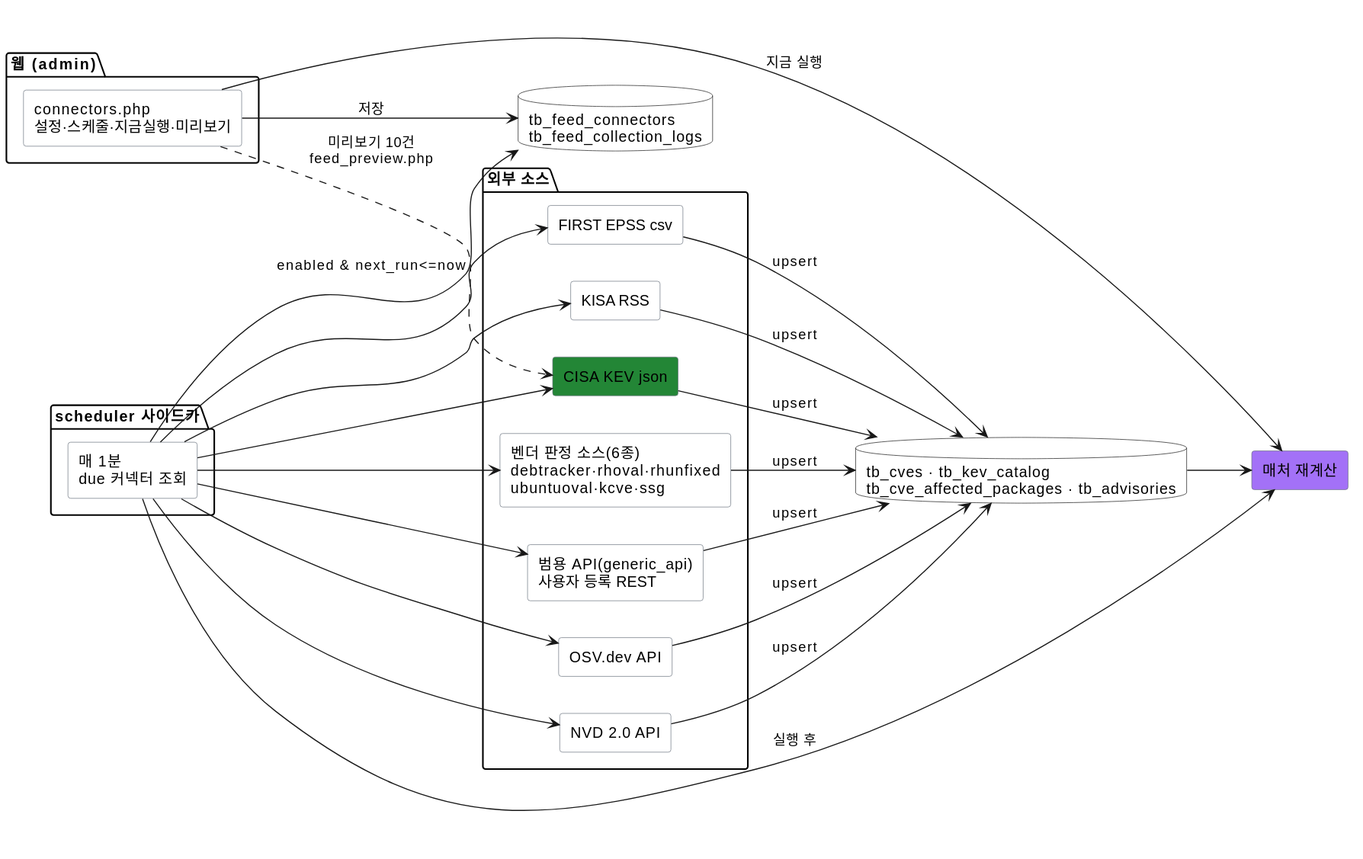
The PlantUML diagram docs/specs/diagrams/피드커넥터.svg in JeongDoWook/vuln-agent, before a commit. Its diagram source:
```plantuml
@startuml

left to right direction
skinparam rectangle {
    BackgroundColor #ffffff
    BorderColor #6e7681
}
skinparam databaseBackgroundColor #ffffff
skinparam shadowing false

package "웹 (admin)" as UI {
    rectangle "connectors.php\n설정·스케줄·지금실행·미리보기" as CFG
}

package "scheduler 사이드카" as Sched {
    rectangle "매 1분\ndue 커넥터 조회" as TICK
}

package "외부 소스" as Sources {
    rectangle "CISA KEV json" as KEV #238636
    rectangle "OSV.dev API" as OSV
    rectangle "NVD 2.0 API" as NVD
    rectangle "FIRST EPSS csv" as EPSS
    rectangle "KISA RSS" as KISA
    rectangle "벤더 판정 소스(6종)\ndebtracker·rhoval·rhunfixed\nubuntuoval·kcve·ssg" as VENDOR
    rectangle "범용 API(generic_api)\n사용자 등록 REST" as GAPI
}

database "tb_feed_connectors\ntb_feed_collection_logs" as DBc
database "tb_cves · tb_kev_catalog\ntb_cve_affected_packages · tb_advisories" as CVE
rectangle "매처 재계산" as MAT #a371f7

CFG --> DBc : 저장
TICK --> DBc : enabled & next_run<=now

TICK --> KEV
TICK --> OSV
TICK --> NVD
TICK --> EPSS
TICK --> KISA
TICK --> VENDOR
TICK --> GAPI

KEV --> CVE : upsert
OSV --> CVE : upsert
NVD --> CVE : upsert
EPSS --> CVE : upsert
KISA --> CVE : upsert
VENDOR --> CVE : upsert
GAPI --> CVE : upsert

CVE --> MAT
TICK --> MAT : 실행 후
CFG --> MAT : 지금 실행
CFG ..> KEV : 미리보기 10건\nfeed_preview.php
@enduml
```
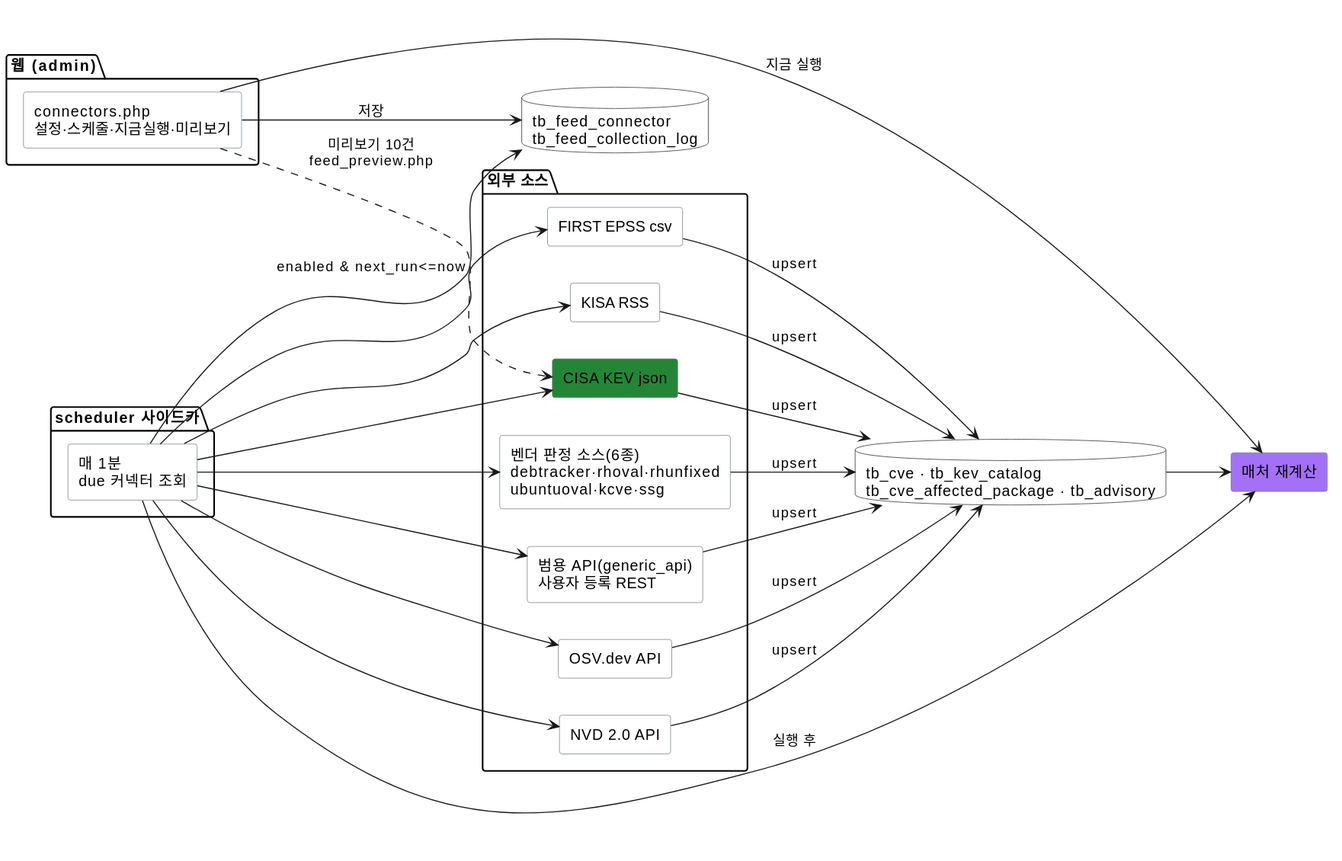
After the commit.

Change to the diagram source:
```diff
@@ -26,8 +26,8 @@
     rectangle "범용 API(generic_api)\n사용자 등록 REST" as GAPI
 }
 
-database "tb_feed_connectors\ntb_feed_collection_logs" as DBc
-database "tb_cves · tb_kev_catalog\ntb_cve_affected_packages · tb_advisories" as CVE
+database "tb_feed_connector\ntb_feed_collection_log" as DBc
+database "tb_cve · tb_kev_catalog\ntb_cve_affected_package · tb_advisory" as CVE
 rectangle "매처 재계산" as MAT #a371f7
 
 CFG --> DBc : 저장
```
